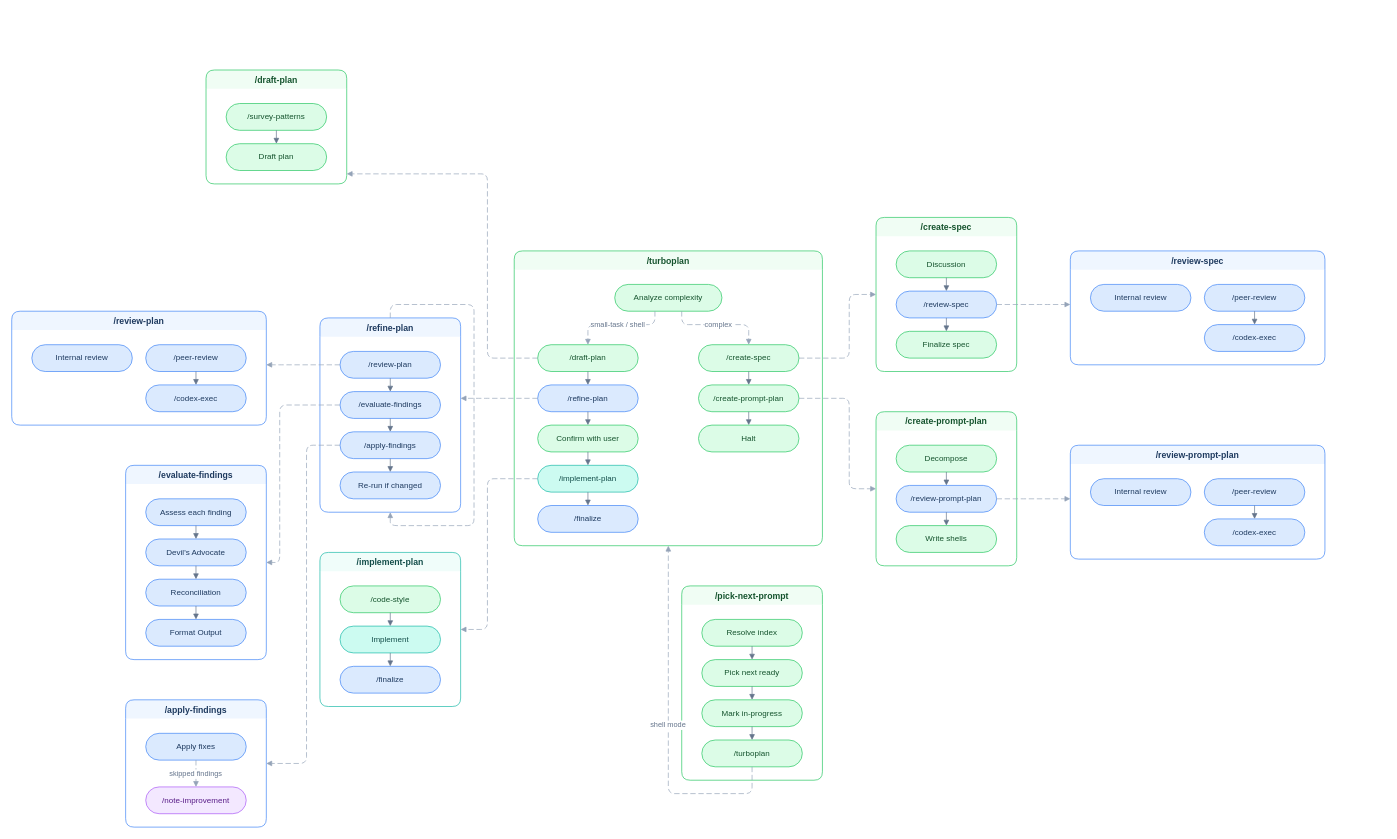
Earlier version of the draw.io diagram assets/how-turboplan-connects.drawio (tobihagemann/turbo). Source tidied: cells renumbered, new cells numbered last; positions are measured from the earlier drawing's top-left corner, leaving out a move shared by most shapes. Both pictures are drawn from the tidied source at 67%, with x=0, y=0 at pixel (11, 70).
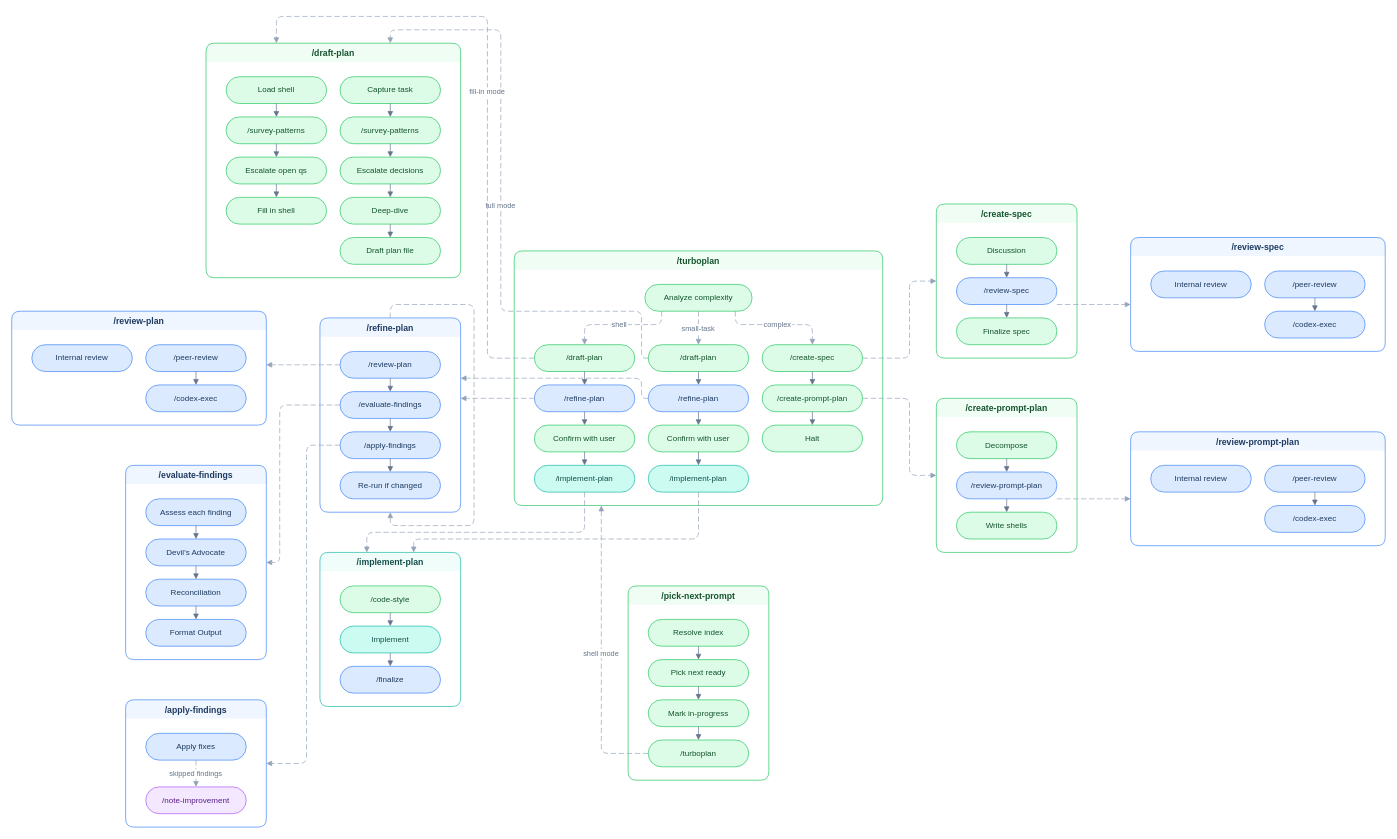
The same diagram, later.

Commit message (it also covers changes not shown here):
Split /turboplan into shell/small-task/complex lanes and /draft-plan into fill-in/full modes in diagram

Unchanged cells that the change refers to:
```xml
<mxCell id="24" value="/refine-plan" style="swimlane;startSize=28;rounded=1;fillColor=#eff6ff;strokeColor=#3b82f6;fontColor=#1e3a5f;fontStyle=1;fontSize=13;swimlaneLine=0;" parent="1" vertex="1">
  <mxGeometry x="460" y="370" width="210" height="290" as="geometry" />
</mxCell>
<mxCell id="32" value="/implement-plan" style="swimlane;startSize=28;rounded=1;fillColor=#f0fdfa;strokeColor=#14b8a6;fontColor=#134e4a;fontStyle=1;fontSize=13;swimlaneLine=0;" parent="1" vertex="1">
  <mxGeometry x="460" y="720" width="210" height="230" as="geometry" />
</mxCell>
<mxCell id="67" value="/review-spec" style="rounded=1;whiteSpace=wrap;html=1;arcSize=50;fillColor=#dbeafe;strokeColor=#3b82f6;fontColor=#1e3a5f;fontSize=12;" parent="65" vertex="1">
  <mxGeometry x="30" y="110" width="150" height="40" as="geometry" />
</mxCell>
<mxCell id="73" value="/review-prompt-plan" style="rounded=1;whiteSpace=wrap;html=1;arcSize=50;fillColor=#dbeafe;strokeColor=#3b82f6;fontColor=#1e3a5f;fontSize=12;" parent="71" vertex="1">
  <mxGeometry x="30" y="110" width="150" height="40" as="geometry" />
</mxCell>
<mxCell id="81" value="/turboplan" style="rounded=1;whiteSpace=wrap;html=1;arcSize=50;fillColor=#dcfce7;strokeColor=#22c55e;fontColor=#14532d;fontSize=12;" parent="77" vertex="1">
  <mxGeometry x="30" y="230" width="150" height="40" as="geometry" />
</mxCell>
```

The edit, as a diff of the source:
```diff
@@
     <mxCell id="2" value="/turboplan" style="swimlane;startSize=28;rounded=1;fillColor=#f0fdf4;strokeColor=#22c55e;fontColor=#14532d;fontStyle=1;fontSize=13;swimlaneLine=0;" parent="1" vertex="1">
-      <mxGeometry x="750" y="270" width="460" height="440" as="geometry" />
+      <mxGeometry x="750" y="270" width="550" height="380" as="geometry" />
     </mxCell>
     <mxCell id="3" value="Analyze complexity" style="rounded=1;whiteSpace=wrap;html=1;arcSize=50;fillColor=#dcfce7;strokeColor=#22c55e;fontColor=#14532d;fontSize=12;" parent="2" vertex="1">
-      <mxGeometry x="150" y="50" width="160" height="40" as="geometry" />
+      <mxGeometry x="195" y="50" width="160" height="40" as="geometry" />
     </mxCell>
+    <mxCell id="97" value="/draft-plan" style="rounded=1;whiteSpace=wrap;html=1;arcSize=50;fillColor=#dcfce7;strokeColor=#22c55e;fontColor=#14532d;fontSize=12;" parent="2" vertex="1">
+      <mxGeometry x="30" y="140" width="150" height="40" as="geometry" />
+    </mxCell>
+    <mxCell id="98" value="/refine-plan" style="rounded=1;whiteSpace=wrap;html=1;arcSize=50;fillColor=#dbeafe;strokeColor=#3b82f6;fontColor=#1e3a5f;fontSize=12;" parent="2" vertex="1">
+      <mxGeometry x="30" y="200" width="150" height="40" as="geometry" />
+    </mxCell>
+    <mxCell id="99" value="Confirm with user" style="rounded=1;whiteSpace=wrap;html=1;arcSize=50;fillColor=#dcfce7;strokeColor=#22c55e;fontColor=#14532d;fontSize=12;" parent="2" vertex="1">
+      <mxGeometry x="30" y="260" width="150" height="40" as="geometry" />
+    </mxCell>
+    <mxCell id="100" value="/implement-plan" style="rounded=1;whiteSpace=wrap;html=1;arcSize=50;fillColor=#ccfbf1;strokeColor=#14b8a6;fontColor=#134e4a;fontSize=12;" parent="2" vertex="1">
+      <mxGeometry x="30" y="320" width="150" height="40" as="geometry" />
+    </mxCell>
     <mxCell id="4" value="/draft-plan" style="rounded=1;whiteSpace=wrap;html=1;arcSize=50;fillColor=#dcfce7;strokeColor=#22c55e;fontColor=#14532d;fontSize=12;" parent="2" vertex="1">
-      <mxGeometry x="35" y="140" width="150" height="40" as="geometry" />
+      <mxGeometry x="200" y="140" width="150" height="40" as="geometry" />
     </mxCell>
     <mxCell id="5" value="/refine-plan" style="rounded=1;whiteSpace=wrap;html=1;arcSize=50;fillColor=#dbeafe;strokeColor=#3b82f6;fontColor=#1e3a5f;fontSize=12;" parent="2" vertex="1">
-      <mxGeometry x="35" y="200" width="150" height="40" as="geometry" />
+      <mxGeometry x="200" y="200" width="150" height="40" as="geometry" />
     </mxCell>
     <mxCell id="6" value="Confirm with user" style="rounded=1;whiteSpace=wrap;html=1;arcSize=50;fillColor=#dcfce7;strokeColor=#22c55e;fontColor=#14532d;fontSize=12;" parent="2" vertex="1">
-      <mxGeometry x="35" y="260" width="150" height="40" as="geometry" />
+      <mxGeometry x="200" y="260" width="150" height="40" as="geometry" />
     </mxCell>
     <mxCell id="7" value="/implement-plan" style="rounded=1;whiteSpace=wrap;html=1;arcSize=50;fillColor=#ccfbf1;strokeColor=#14b8a6;fontColor=#134e4a;fontSize=12;" parent="2" vertex="1">
-      <mxGeometry x="35" y="320" width="150" height="40" as="geometry" />
+      <mxGeometry x="200" y="320" width="150" height="40" as="geometry" />
     </mxCell>
-    <mxCell id="8" value="/finalize" style="rounded=1;whiteSpace=wrap;html=1;arcSize=50;fillColor=#dbeafe;strokeColor=#3b82f6;fontColor=#1e3a5f;fontSize=12;" parent="2" vertex="1">
-      <mxGeometry x="35" y="380" width="150" height="40" as="geometry" />
-    </mxCell>
     <mxCell id="9" value="/create-spec" style="rounded=1;whiteSpace=wrap;html=1;arcSize=50;fillColor=#dcfce7;strokeColor=#22c55e;fontColor=#14532d;fontSize=12;" parent="2" vertex="1">
-      <mxGeometry x="275" y="140" width="150" height="40" as="geometry" />
+      <mxGeometry x="370" y="140" width="150" height="40" as="geometry" />
     </mxCell>
     <mxCell id="10" value="/create-prompt-plan" style="rounded=1;whiteSpace=wrap;html=1;arcSize=50;fillColor=#dcfce7;strokeColor=#22c55e;fontColor=#14532d;fontSize=12;" parent="2" vertex="1">
-      <mxGeometry x="275" y="200" width="150" height="40" as="geometry" />
+      <mxGeometry x="370" y="200" width="150" height="40" as="geometry" />
     </mxCell>
     <mxCell id="11" value="Halt" style="rounded=1;whiteSpace=wrap;html=1;arcSize=50;fillColor=#dcfce7;strokeColor=#22c55e;fontColor=#14532d;fontSize=12;" parent="2" vertex="1">
-      <mxGeometry x="275" y="260" width="150" height="40" as="geometry" />
+      <mxGeometry x="370" y="260" width="150" height="40" as="geometry" />
     </mxCell>
+    <mxCell id="101" value="shell" style="dashed=1;dashPattern=8 4;endArrow=block;endFill=1;rounded=1;edgeStyle=orthogonalEdgeStyle;strokeColor=#94a3b8;fontSize=11;fontColor=#64748b;" parent="2" edge="1" source="3" target="97">
+      <mxGeometry relative="1" as="geometry">
+        <Array as="points">
+          <mxPoint x="220" y="110" />
+          <mxPoint x="105" y="110" />
+        </Array>
+      </mxGeometry>
+    </mxCell>
-    <mxCell id="12" value="small-task / shell" style="dashed=1;dashPattern=8 4;endArrow=block;endFill=1;rounded=1;edgeStyle=orthogonalEdgeStyle;strokeColor=#94a3b8;fontSize=11;fontColor=#64748b;" parent="2" edge="1" source="3" target="4">
+    <mxCell id="12" value="small-task" style="dashed=1;dashPattern=8 4;endArrow=block;endFill=1;rounded=1;edgeStyle=orthogonalEdgeStyle;strokeColor=#94a3b8;fontSize=11;fontColor=#64748b;" parent="2" edge="1" source="3" target="4">
       <mxGeometry relative="1" as="geometry">
         <Array as="points">
-          <mxPoint x="210" y="110" />
-          <mxPoint x="110" y="110" />
+          <mxPoint x="275" y="110" />
+          <mxPoint x="275" y="110" />
         </Array>
       </mxGeometry>
     </mxCell>
     <mxCell id="13" value="complex" style="dashed=1;dashPattern=8 4;endArrow=block;endFill=1;rounded=1;edgeStyle=orthogonalEdgeStyle;strokeColor=#94a3b8;fontSize=11;fontColor=#64748b;" parent="2" edge="1" source="3" target="9">
       <mxGeometry relative="1" as="geometry">
         <Array as="points">
-          <mxPoint x="250" y="110" />
-          <mxPoint x="350" y="110" />
+          <mxPoint x="330" y="110" />
+          <mxPoint x="445" y="110" />
         </Array>
       </mxGeometry>
     </mxCell>
+    <mxCell id="102" style="endArrow=block;endFill=1;rounded=1;edgeStyle=orthogonalEdgeStyle;strokeColor=#64748b;" parent="2" edge="1" source="97" target="98">
+      <mxGeometry relative="1" as="geometry" />
+    </mxCell>
+    <mxCell id="103" style="endArrow=block;endFill=1;rounded=1;edgeStyle=orthogonalEdgeStyle;strokeColor=#64748b;" parent="2" edge="1" source="98" target="99">
+      <mxGeometry relative="1" as="geometry" />
+    </mxCell>
+    <mxCell id="104" style="endArrow=block;endFill=1;rounded=1;edgeStyle=orthogonalEdgeStyle;strokeColor=#64748b;" parent="2" edge="1" source="99" target="100">
+      <mxGeometry relative="1" as="geometry" />
+    </mxCell>
@@
-    <mxCell id="17" style="endArrow=block;endFill=1;rounded=1;edgeStyle=orthogonalEdgeStyle;strokeColor=#64748b;" parent="2" edge="1" source="7" target="8">
-      <mxGeometry relative="1" as="geometry" />
-    </mxCell>
@@
     <mxCell id="20" value="/draft-plan" style="swimlane;startSize=28;rounded=1;fillColor=#f0fdf4;strokeColor=#22c55e;fontColor=#14532d;fontStyle=1;fontSize=13;swimlaneLine=0;" parent="1" vertex="1">
-      <mxGeometry x="290" width="210" height="170" as="geometry" />
+      <mxGeometry x="290" y="-40" width="380" height="350" as="geometry" />
     </mxCell>
-    <mxCell id="21" value="/survey-patterns" style="rounded=1;whiteSpace=wrap;html=1;arcSize=50;fillColor=#dcfce7;strokeColor=#22c55e;fontColor=#14532d;fontSize=12;" parent="20" vertex="1">
-      <mxGeometry x="30" y="50" width="150" height="40" as="geometry" />
-    </mxCell>
-    <mxCell id="22" value="Draft plan" style="rounded=1;whiteSpace=wrap;html=1;arcSize=50;fillColor=#dcfce7;strokeColor=#22c55e;fontColor=#14532d;fontSize=12;" parent="20" vertex="1">
-      <mxGeometry x="30" y="110" width="150" height="40" as="geometry" />
-    </mxCell>
-    <mxCell id="23" style="endArrow=block;endFill=1;rounded=1;edgeStyle=orthogonalEdgeStyle;strokeColor=#64748b;" parent="20" edge="1" source="21" target="22">
-      <mxGeometry relative="1" as="geometry" />
-    </mxCell>
+    <mxCell id="105" value="Load shell" style="rounded=1;whiteSpace=wrap;html=1;arcSize=50;fillColor=#dcfce7;strokeColor=#22c55e;fontColor=#14532d;fontSize=12;" parent="20" vertex="1">
+      <mxGeometry x="30" y="50" width="150" height="40" as="geometry" />
+    </mxCell>
+    <mxCell id="106" value="/survey-patterns" style="rounded=1;whiteSpace=wrap;html=1;arcSize=50;fillColor=#dcfce7;strokeColor=#22c55e;fontColor=#14532d;fontSize=12;" parent="20" vertex="1">
+      <mxGeometry x="30" y="110" width="150" height="40" as="geometry" />
+    </mxCell>
+    <mxCell id="107" value="Escalate open qs" style="rounded=1;whiteSpace=wrap;html=1;arcSize=50;fillColor=#dcfce7;strokeColor=#22c55e;fontColor=#14532d;fontSize=12;" parent="20" vertex="1">
+      <mxGeometry x="30" y="170" width="150" height="40" as="geometry" />
+    </mxCell>
+    <mxCell id="108" value="Fill in shell" style="rounded=1;whiteSpace=wrap;html=1;arcSize=50;fillColor=#dcfce7;strokeColor=#22c55e;fontColor=#14532d;fontSize=12;" parent="20" vertex="1">
+      <mxGeometry x="30" y="230" width="150" height="40" as="geometry" />
+    </mxCell>
+    <mxCell id="109" value="Capture task" style="rounded=1;whiteSpace=wrap;html=1;arcSize=50;fillColor=#dcfce7;strokeColor=#22c55e;fontColor=#14532d;fontSize=12;" parent="20" vertex="1">
+      <mxGeometry x="200" y="50" width="150" height="40" as="geometry" />
+    </mxCell>
+    <mxCell id="110" value="/survey-patterns" style="rounded=1;whiteSpace=wrap;html=1;arcSize=50;fillColor=#dcfce7;strokeColor=#22c55e;fontColor=#14532d;fontSize=12;" parent="20" vertex="1">
+      <mxGeometry x="200" y="110" width="150" height="40" as="geometry" />
+    </mxCell>
+    <mxCell id="111" value="Escalate decisions" style="rounded=1;whiteSpace=wrap;html=1;arcSize=50;fillColor=#dcfce7;strokeColor=#22c55e;fontColor=#14532d;fontSize=12;" parent="20" vertex="1">
+      <mxGeometry x="200" y="170" width="150" height="40" as="geometry" />
+    </mxCell>
+    <mxCell id="112" value="Deep-dive" style="rounded=1;whiteSpace=wrap;html=1;arcSize=50;fillColor=#dcfce7;strokeColor=#22c55e;fontColor=#14532d;fontSize=12;" parent="20" vertex="1">
+      <mxGeometry x="200" y="230" width="150" height="40" as="geometry" />
+    </mxCell>
+    <mxCell id="113" value="Draft plan file" style="rounded=1;whiteSpace=wrap;html=1;arcSize=50;fillColor=#dcfce7;strokeColor=#22c55e;fontColor=#14532d;fontSize=12;" parent="20" vertex="1">
+      <mxGeometry x="200" y="290" width="150" height="40" as="geometry" />
+    </mxCell>
+    <mxCell id="114" style="endArrow=block;endFill=1;rounded=1;edgeStyle=orthogonalEdgeStyle;strokeColor=#64748b;" parent="20" edge="1" source="105" target="106">
+      <mxGeometry relative="1" as="geometry" />
+    </mxCell>
+    <mxCell id="115" style="endArrow=block;endFill=1;rounded=1;edgeStyle=orthogonalEdgeStyle;strokeColor=#64748b;" parent="20" edge="1" source="106" target="107">
+      <mxGeometry relative="1" as="geometry" />
+    </mxCell>
+    <mxCell id="116" style="endArrow=block;endFill=1;rounded=1;edgeStyle=orthogonalEdgeStyle;strokeColor=#64748b;" parent="20" edge="1" source="107" target="108">
+      <mxGeometry relative="1" as="geometry" />
+    </mxCell>
+    <mxCell id="117" style="endArrow=block;endFill=1;rounded=1;edgeStyle=orthogonalEdgeStyle;strokeColor=#64748b;" parent="20" edge="1" source="109" target="110">
+      <mxGeometry relative="1" as="geometry" />
+    </mxCell>
+    <mxCell id="118" style="endArrow=block;endFill=1;rounded=1;edgeStyle=orthogonalEdgeStyle;strokeColor=#64748b;" parent="20" edge="1" source="110" target="111">
+      <mxGeometry relative="1" as="geometry" />
+    </mxCell>
+    <mxCell id="119" style="endArrow=block;endFill=1;rounded=1;edgeStyle=orthogonalEdgeStyle;strokeColor=#64748b;" parent="20" edge="1" source="111" target="112">
+      <mxGeometry relative="1" as="geometry" />
+    </mxCell>
+    <mxCell id="120" style="endArrow=block;endFill=1;rounded=1;edgeStyle=orthogonalEdgeStyle;strokeColor=#64748b;" parent="20" edge="1" source="112" target="113">
+      <mxGeometry relative="1" as="geometry" />
+    </mxCell>
@@
     <mxCell id="43" value="/review-spec" style="swimlane;startSize=28;rounded=1;fillColor=#eff6ff;strokeColor=#3b82f6;fontColor=#1e3a5f;fontStyle=1;fontSize=13;swimlaneLine=0;" parent="1" vertex="1">
-      <mxGeometry x="1580" y="270" width="380" height="170" as="geometry" />
+      <mxGeometry x="1670" y="250" width="380" height="170" as="geometry" />
     </mxCell>
@@
     <mxCell id="48" value="/review-prompt-plan" style="swimlane;startSize=28;rounded=1;fillColor=#eff6ff;strokeColor=#3b82f6;fontColor=#1e3a5f;fontStyle=1;fontSize=13;swimlaneLine=0;" parent="1" vertex="1">
-      <mxGeometry x="1580" y="560" width="380" height="170" as="geometry" />
+      <mxGeometry x="1670" y="540" width="380" height="170" as="geometry" />
     </mxCell>
@@
     <mxCell id="65" value="/create-spec" style="swimlane;startSize=28;rounded=1;fillColor=#f0fdf4;strokeColor=#22c55e;fontColor=#14532d;fontStyle=1;fontSize=13;swimlaneLine=0;" parent="1" vertex="1">
-      <mxGeometry x="1290" y="220" width="210" height="230" as="geometry" />
+      <mxGeometry x="1380" y="200" width="210" height="230" as="geometry" />
     </mxCell>
@@
     <mxCell id="71" value="/create-prompt-plan" style="swimlane;startSize=28;rounded=1;fillColor=#f0fdf4;strokeColor=#22c55e;fontColor=#14532d;fontStyle=1;fontSize=13;swimlaneLine=0;" parent="1" vertex="1">
-      <mxGeometry x="1290" y="510" width="210" height="230" as="geometry" />
+      <mxGeometry x="1380" y="490" width="210" height="230" as="geometry" />
     </mxCell>
@@
     <mxCell id="77" value="/pick-next-prompt" style="swimlane;startSize=28;rounded=1;fillColor=#f0fdf4;strokeColor=#22c55e;fontColor=#14532d;fontStyle=1;fontSize=13;swimlaneLine=0;" parent="1" vertex="1">
-      <mxGeometry x="1000" y="770" width="210" height="290" as="geometry" />
+      <mxGeometry x="920" y="770" width="210" height="290" as="geometry" />
     </mxCell>
@@
-    <mxCell id="85" style="dashed=1;dashPattern=8 4;endArrow=block;endFill=1;rounded=1;edgeStyle=orthogonalEdgeStyle;strokeColor=#94a3b8;fontSize=11;fontColor=#64748b;" parent="1" edge="1" source="4" target="20">
+    <mxCell id="85" value="full mode" style="dashed=1;dashPattern=8 4;endArrow=block;endFill=1;rounded=1;edgeStyle=orthogonalEdgeStyle;strokeColor=#94a3b8;fontSize=11;fontColor=#64748b;" parent="1" edge="1" source="4" target="20">
       <mxGeometry relative="1" as="geometry">
         <Array as="points">
-          <mxPoint x="710" y="430" />
-          <mxPoint x="710" y="155" />
+          <mxPoint x="940" y="430" />
+          <mxPoint x="940" y="360" />
+          <mxPoint x="730" y="360" />
+          <mxPoint x="730" y="-60" />
+          <mxPoint x="565" y="-60" />
         </Array>
       </mxGeometry>
     </mxCell>
+    <mxCell id="121" value="fill-in mode" style="dashed=1;dashPattern=8 4;endArrow=block;endFill=1;rounded=1;edgeStyle=orthogonalEdgeStyle;strokeColor=#94a3b8;fontSize=11;fontColor=#64748b;" parent="1" edge="1" source="97" target="20">
+      <mxGeometry relative="1" as="geometry">
+        <Array as="points">
+          <mxPoint x="710" y="430" />
+          <mxPoint x="710" y="-80" />
+          <mxPoint x="395" y="-80" />
+        </Array>
+      </mxGeometry>
+    </mxCell>
     <mxCell id="86" style="dashed=1;dashPattern=8 4;endArrow=block;endFill=1;rounded=1;edgeStyle=orthogonalEdgeStyle;strokeColor=#94a3b8;fontSize=11;fontColor=#64748b;" parent="1" edge="1" source="5" target="24">
       <mxGeometry relative="1" as="geometry">
         <Array as="points">
-          <mxPoint x="700" y="490" />
-          <mxPoint x="700" y="490" />
+          <mxPoint x="940" y="490" />
+          <mxPoint x="940" y="460" />
         </Array>
       </mxGeometry>
     </mxCell>
     <mxCell id="87" style="dashed=1;dashPattern=8 4;endArrow=block;endFill=1;rounded=1;edgeStyle=orthogonalEdgeStyle;strokeColor=#94a3b8;fontSize=11;fontColor=#64748b;" parent="1" edge="1" source="7" target="32">
       <mxGeometry relative="1" as="geometry">
         <Array as="points">
-          <mxPoint x="710" y="610" />
-          <mxPoint x="710" y="835" />
+          <mxPoint x="1025" y="700" />
+          <mxPoint x="600" y="700" />
         </Array>
       </mxGeometry>
     </mxCell>
     <mxCell id="88" style="dashed=1;dashPattern=8 4;endArrow=block;endFill=1;rounded=1;edgeStyle=orthogonalEdgeStyle;strokeColor=#94a3b8;fontSize=11;fontColor=#64748b;" parent="1" edge="1" source="9" target="65">
       <mxGeometry relative="1" as="geometry">
         <Array as="points">
-          <mxPoint x="1250" y="430" />
-          <mxPoint x="1250" y="335" />
+          <mxPoint x="1340" y="430" />
+          <mxPoint x="1340" y="315" />
         </Array>
       </mxGeometry>
     </mxCell>
     <mxCell id="89" style="dashed=1;dashPattern=8 4;endArrow=block;endFill=1;rounded=1;edgeStyle=orthogonalEdgeStyle;strokeColor=#94a3b8;fontSize=11;fontColor=#64748b;" parent="1" edge="1" source="10" target="71">
       <mxGeometry relative="1" as="geometry">
         <Array as="points">
-          <mxPoint x="1250" y="490" />
-          <mxPoint x="1250" y="625" />
+          <mxPoint x="1340" y="490" />
+          <mxPoint x="1340" y="605" />
         </Array>
       </mxGeometry>
     </mxCell>
     <mxCell id="90" value="shell mode" style="dashed=1;dashPattern=8 4;endArrow=block;endFill=1;rounded=1;edgeStyle=orthogonalEdgeStyle;strokeColor=#94a3b8;fontSize=11;fontColor=#64748b;" parent="1" edge="1" source="81" target="2">
       <mxGeometry relative="1" as="geometry">
         <Array as="points">
-          <mxPoint x="1105" y="1080" />
-          <mxPoint x="980" y="1080" />
+          <mxPoint x="880" y="1020" />
         </Array>
       </mxGeometry>
     </mxCell>
@@
     <mxCell id="94" style="dashed=1;dashPattern=8 4;endArrow=block;endFill=1;rounded=1;edgeStyle=orthogonalEdgeStyle;strokeColor=#94a3b8;fontSize=11;fontColor=#64748b;" parent="1" edge="1" source="67" target="43">
       <mxGeometry relative="1" as="geometry">
         <Array as="points">
-          <mxPoint x="1540" y="350" />
-          <mxPoint x="1540" y="350" />
+          <mxPoint x="1630" y="350" />
+          <mxPoint x="1630" y="350" />
         </Array>
       </mxGeometry>
     </mxCell>
     <mxCell id="95" style="dashed=1;dashPattern=8 4;endArrow=block;endFill=1;rounded=1;edgeStyle=orthogonalEdgeStyle;strokeColor=#94a3b8;fontSize=11;fontColor=#64748b;" parent="1" edge="1" source="73" target="48">
       <mxGeometry relative="1" as="geometry">
         <Array as="points">
-          <mxPoint x="1520" y="640" />
-          <mxPoint x="1520" y="640" />
+          <mxPoint x="1630" y="640" />
+          <mxPoint x="1630" y="640" />
         </Array>
       </mxGeometry>
     </mxCell>
@@
+    <mxCell id="122" style="dashed=1;dashPattern=8 4;endArrow=block;endFill=1;rounded=1;edgeStyle=orthogonalEdgeStyle;strokeColor=#94a3b8;fontSize=11;fontColor=#64748b;" parent="1" edge="1" source="98" target="24">
+      <mxGeometry relative="1" as="geometry">
+        <Array as="points">
+          <mxPoint x="690" y="490" />
+          <mxPoint x="690" y="490" />
+        </Array>
+      </mxGeometry>
+    </mxCell>
+    <mxCell id="123" style="dashed=1;dashPattern=8 4;endArrow=block;endFill=1;rounded=1;edgeStyle=orthogonalEdgeStyle;strokeColor=#94a3b8;fontSize=11;fontColor=#64748b;" parent="1" edge="1" source="100" target="32">
+      <mxGeometry relative="1" as="geometry">
+        <Array as="points">
+          <mxPoint x="855" y="690" />
+          <mxPoint x="530" y="690" />
+        </Array>
+      </mxGeometry>
+    </mxCell>
```
